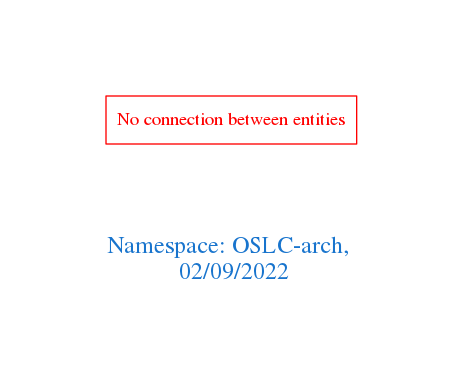
Before: downloads/OSLC-arch.png, a diagram exported from Graphviz (arago/OGIT). Its source is kept beside it as downloads/OSLC-arch.dot.
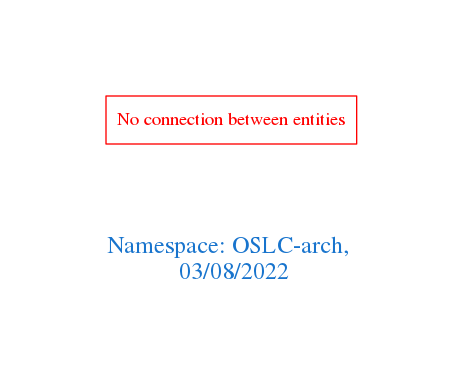
The same diagram one commit later.

Change to the diagram source:
```diff
@@ -1,7 +1,7 @@
 digraph OGIT_ontology {
  graph [ rankdir= LR,pad=1
 fontsize = 18,
-fontcolor= dodgerblue3,label = "\n\n\nNamespace: OSLC-arch, \n 02/09/2022"];
+fontcolor= dodgerblue3,label = "\n\n\nNamespace: OSLC-arch, \n 03/08/2022"];
 node[shape=polygon];
 edge [  color="gray81"];
 
```
